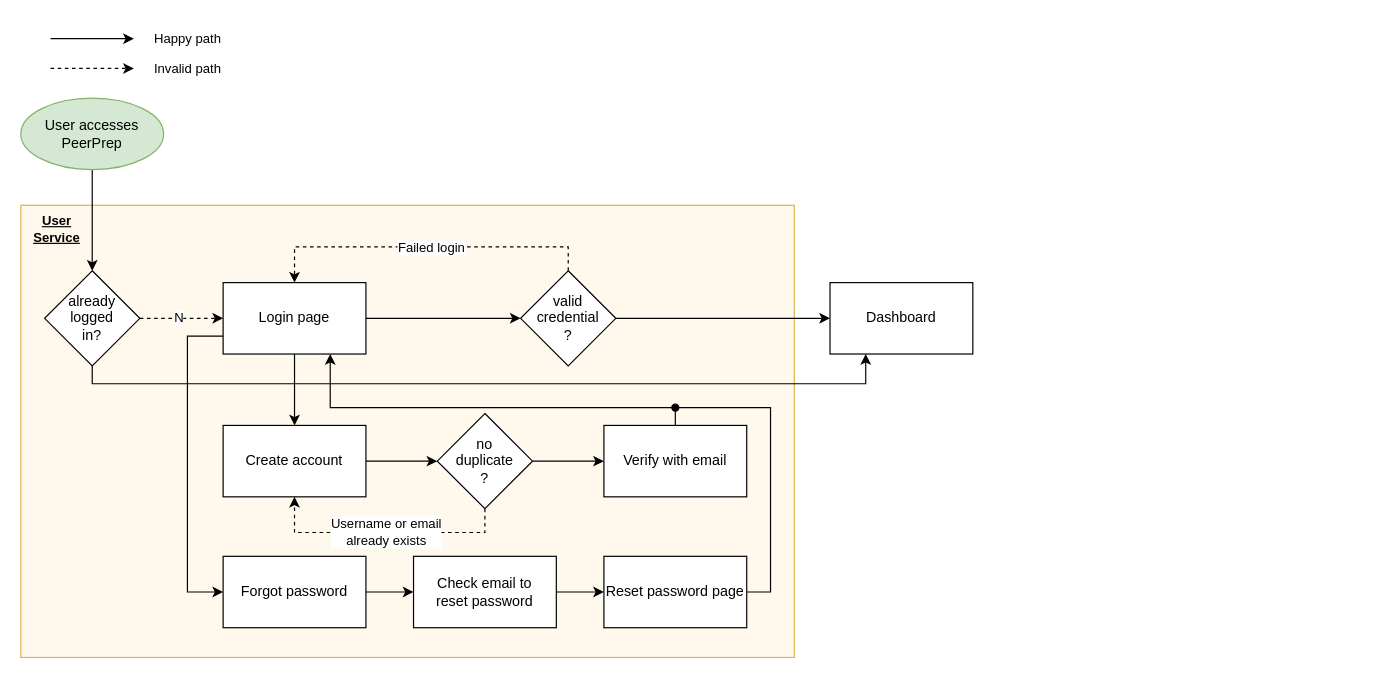
Before: page "Userflow" (1 of 2) of docs/cs3219-diagrams.drawio in CS3219-AY2223S1/cs3219-project-ay2223s1-g42, a draw.io diagram. Source tidied: cells renumbered, new cells numbered last; positions are measured from the earlier drawing's top-left corner, leaving out a move shared by most shapes. Both pictures are drawn from the tidied source at 119%, with x=0, y=0 at pixel (20, 20).
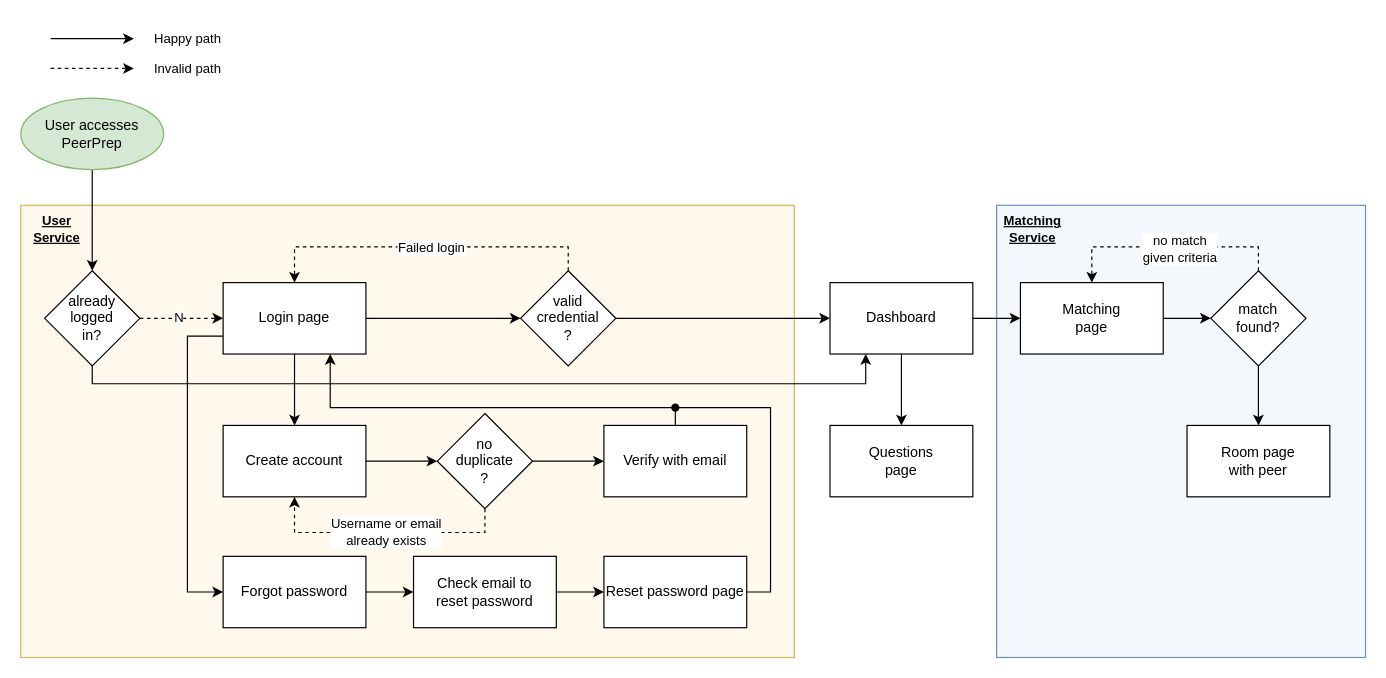
After the change.

Commit message:
docs: update userflow with matching service

Unchanged cells that the change refers to:
```xml
<mxCell id="17" value="Dashboard" style="whiteSpace=wrap;html=1;rounded=0;" parent="1" vertex="1">
  <mxGeometry x="680" y="220" width="120" height="60" as="geometry" />
</mxCell>
```

Diff of the diagram source:
```diff
@@
+    <mxCell id="37" style="rounded=0;whiteSpace=wrap;html=1;fontFamily=Helvetica;fontSize=11;fillColor=#F4F8FC;strokeColor=#6c8ebf;" parent="1" vertex="1">
+      <mxGeometry x="820" y="155" width="310" height="380" as="geometry" />
+    </mxCell>
@@
+    <mxCell id="38" style="edgeStyle=orthogonalEdgeStyle;rounded=0;jettySize=auto;html=1;" parent="1" edge="1" source="17" target="41">
+      <mxGeometry relative="1" as="geometry" />
+    </mxCell>
+    <mxCell id="39" style="edgeStyle=orthogonalEdgeStyle;rounded=0;jettySize=auto;html=1;" parent="1" edge="1" source="17" target="42">
+      <mxGeometry relative="1" as="geometry" />
+    </mxCell>
@@
+    <mxCell id="40" style="edgeStyle=orthogonalEdgeStyle;rounded=0;jettySize=auto;html=1;" parent="1" edge="1" source="41" target="46">
+      <mxGeometry relative="1" as="geometry" />
+    </mxCell>
+    <mxCell id="41" value="Matching&lt;br&gt;page" style="whiteSpace=wrap;html=1;rounded=0;" parent="1" vertex="1">
+      <mxGeometry x="840" y="220" width="120" height="60" as="geometry" />
+    </mxCell>
+    <mxCell id="42" value="Questions&lt;br&gt;page" style="whiteSpace=wrap;html=1;rounded=0;" parent="1" vertex="1">
+      <mxGeometry x="680" y="340" width="120" height="60" as="geometry" />
+    </mxCell>
+    <mxCell id="43" style="edgeStyle=orthogonalEdgeStyle;rounded=0;jettySize=auto;html=1;exitX=0.5;exitY=0;exitDx=0;exitDy=0;entryX=0.5;entryY=0;entryDx=0;entryDy=0;dashed=1;" parent="1" edge="1" source="46" target="41">
+      <mxGeometry relative="1" as="geometry" />
+    </mxCell>
+    <mxCell id="44" value="no match &lt;br&gt;given criteria" style="edgeLabel;html=1;align=center;verticalAlign=middle;" parent="43" vertex="1">
+      <mxGeometry x="0.13" y="-1" relative="1" as="geometry">
+        <mxPoint x="20" y="2" as="offset" />
+      </mxGeometry>
+    </mxCell>
+    <mxCell id="45" style="edgeStyle=orthogonalEdgeStyle;rounded=0;jettySize=auto;html=1;" parent="1" edge="1" source="46" target="47">
+      <mxGeometry relative="1" as="geometry" />
+    </mxCell>
+    <mxCell id="46" value="match&lt;br&gt;found?" style="rhombus;whiteSpace=wrap;html=1;rounded=0;" parent="1" vertex="1">
+      <mxGeometry x="1000" y="210" width="80" height="80" as="geometry" />
+    </mxCell>
+    <mxCell id="47" value="Room page&lt;br&gt;with peer" style="whiteSpace=wrap;html=1;rounded=0;" parent="1" vertex="1">
+      <mxGeometry x="980" y="340" width="120" height="60" as="geometry" />
+    </mxCell>
+    <mxCell id="48" value="Matching&lt;br&gt;Service" style="text;html=1;align=center;verticalAlign=middle;strokeColor=none;fillColor=none;fontSize=11;fontFamily=Helvetica;fontColor=default;fontStyle=5;" parent="1" vertex="1">
+      <mxGeometry x="815" y="155" width="70" height="40" as="geometry" />
+    </mxCell>
```
